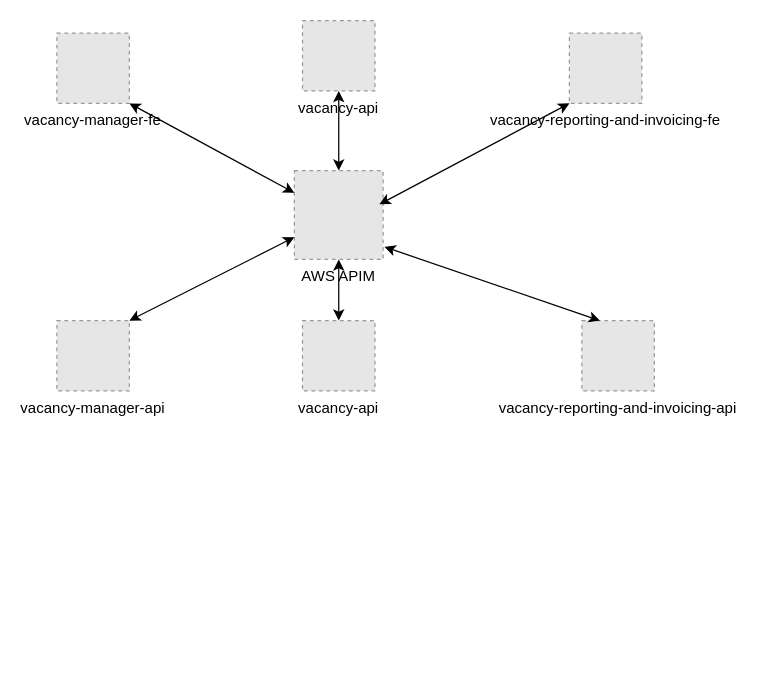
The draw.io diagram design/deployment_architecture.drawio in peguses/education, before the edit. Source tidied: cells renumbered, new cells numbered last; positions are measured from the earlier drawing's top-left corner, leaving out a move shared by most shapes. Both pictures are drawn from the tidied source at 125%, with x=0, y=0 at pixel (56, 20). Pictures stored in the file or linked from it are replaced by grey dashed boxes.
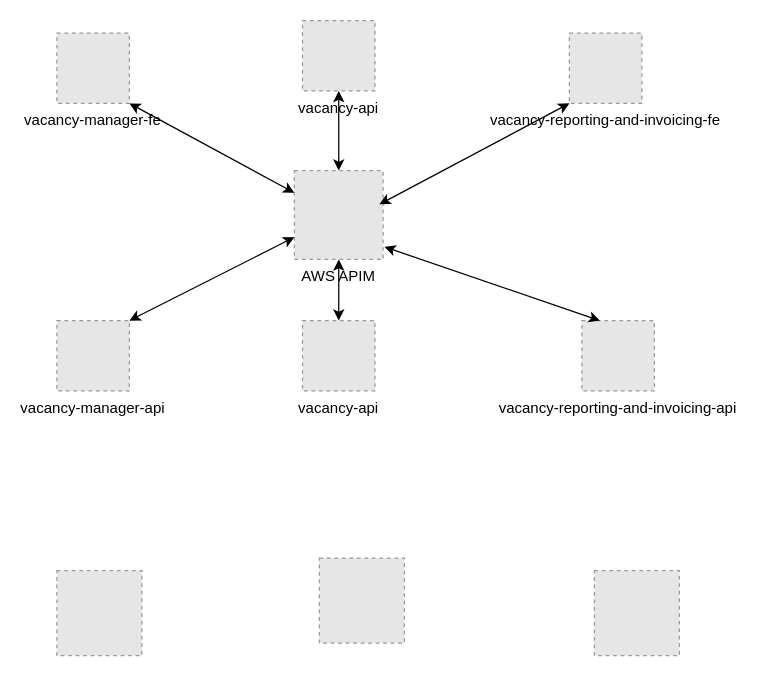
Above is the later version.

The edit, as a diff of the source:
```diff
@@
 <mxGraphModel>
   <root>
     <mxCell id="0" />
     <mxCell id="1" parent="0" />
     <mxCell id="2" value="vacancy-manager-api" style="fillColor=#E6E6E6;strokeColor=#999999;dashed=1;verticalLabelPosition=bottom;labelBackgroundColor=default;verticalAlign=top;" parent="1" vertex="1">
       <mxGeometry y="240" width="58" height="56.2" as="geometry" />
     </mxCell>
     <mxCell id="3" value="AWS APIM" style="fillColor=#E6E6E6;strokeColor=#999999;dashed=1;verticalLabelPosition=bottom;labelBackgroundColor=default;verticalAlign=top;" parent="1" vertex="1">
       <mxGeometry x="190" y="120" width="71" height="71" as="geometry" />
     </mxCell>
     <mxCell id="4" value="vacancy-manager-fe" style="fillColor=#E6E6E6;strokeColor=#999999;dashed=1;verticalLabelPosition=bottom;labelBackgroundColor=default;verticalAlign=top;" parent="1" vertex="1">
       <mxGeometry y="10" width="58" height="56.2" as="geometry" />
     </mxCell>
     <mxCell id="5" style="endArrow=classic;startArrow=classic;html=1;rounded=0;exitX=1;exitY=0;exitDx=0;exitDy=0;entryX=0;entryY=0.75;entryDx=0;entryDy=0;" parent="1" edge="1" source="2" target="3">
       <mxGeometry relative="1" as="geometry" />
     </mxCell>
     <mxCell id="6" style="endArrow=classic;startArrow=classic;html=1;rounded=0;exitX=1;exitY=1;exitDx=0;exitDy=0;entryX=0;entryY=0.25;entryDx=0;entryDy=0;" parent="1" edge="1" source="4" target="3">
       <mxGeometry relative="1" as="geometry" />
     </mxCell>
     <mxCell id="7" value="vacancy-api" style="fillColor=#E6E6E6;strokeColor=#999999;dashed=1;verticalLabelPosition=bottom;labelBackgroundColor=default;verticalAlign=top;" parent="1" vertex="1">
       <mxGeometry x="196.5" y="240" width="58" height="56.2" as="geometry" />
     </mxCell>
     <mxCell id="8" value="vacancy-api" style="fillColor=#E6E6E6;strokeColor=#999999;dashed=1;verticalLabelPosition=bottom;labelBackgroundColor=default;verticalAlign=top;" parent="1" vertex="1">
       <mxGeometry x="196.5" width="58" height="56.2" as="geometry" />
     </mxCell>
     <mxCell id="9" style="endArrow=classic;startArrow=classic;html=1;rounded=0;entryX=0.5;entryY=1;entryDx=0;entryDy=0;" parent="1" edge="1" source="7" target="3">
       <mxGeometry relative="1" as="geometry" />
     </mxCell>
     <mxCell id="10" style="endArrow=classic;startArrow=classic;html=1;rounded=0;" parent="1" edge="1" source="3" target="8">
       <mxGeometry relative="1" as="geometry" />
     </mxCell>
     <mxCell id="11" value="vacancy-reporting-and-invoicing-api" style="fillColor=#E6E6E6;strokeColor=#999999;dashed=1;verticalLabelPosition=bottom;labelBackgroundColor=default;verticalAlign=top;" parent="1" vertex="1">
       <mxGeometry x="420" y="240" width="58" height="56.2" as="geometry" />
     </mxCell>
     <mxCell id="12" value="vacancy-reporting-and-invoicing-fe" style="fillColor=#E6E6E6;strokeColor=#999999;dashed=1;verticalLabelPosition=bottom;labelBackgroundColor=default;verticalAlign=top;" parent="1" vertex="1">
       <mxGeometry x="410" y="10" width="58" height="56.2" as="geometry" />
     </mxCell>
     <mxCell id="13" style="endArrow=classic;startArrow=classic;html=1;rounded=0;entryX=1.014;entryY=0.859;entryDx=0;entryDy=0;entryPerimeter=0;exitX=0.25;exitY=0;exitDx=0;exitDy=0;" parent="1" edge="1" source="11" target="3">
       <mxGeometry relative="1" as="geometry" />
     </mxCell>
     <mxCell id="14" style="endArrow=classic;startArrow=classic;html=1;rounded=0;entryX=0.958;entryY=0.38;entryDx=0;entryDy=0;entryPerimeter=0;exitX=0;exitY=1;exitDx=0;exitDy=0;" parent="1" edge="1" source="12" target="3">
       <mxGeometry relative="1" as="geometry" />
     </mxCell>
+    <mxCell id="15" style="fillColor=#E6E6E6;strokeColor=#999999;dashed=1;verticalLabelPosition=bottom;labelBackgroundColor=default;verticalAlign=top;" parent="1" vertex="1">
+      <mxGeometry y="440" width="68" height="68" as="geometry" />
+    </mxCell>
+    <mxCell id="16" style="fillColor=#E6E6E6;strokeColor=#999999;dashed=1;verticalLabelPosition=bottom;labelBackgroundColor=default;verticalAlign=top;" parent="1" vertex="1">
+      <mxGeometry x="210" y="430" width="68" height="68" as="geometry" />
+    </mxCell>
+    <mxCell id="17" style="fillColor=#E6E6E6;strokeColor=#999999;dashed=1;verticalLabelPosition=bottom;labelBackgroundColor=default;verticalAlign=top;" parent="1" vertex="1">
+      <mxGeometry x="430" y="440" width="68" height="68" as="geometry" />
+    </mxCell>
   </root>
 </mxGraphModel>
```
